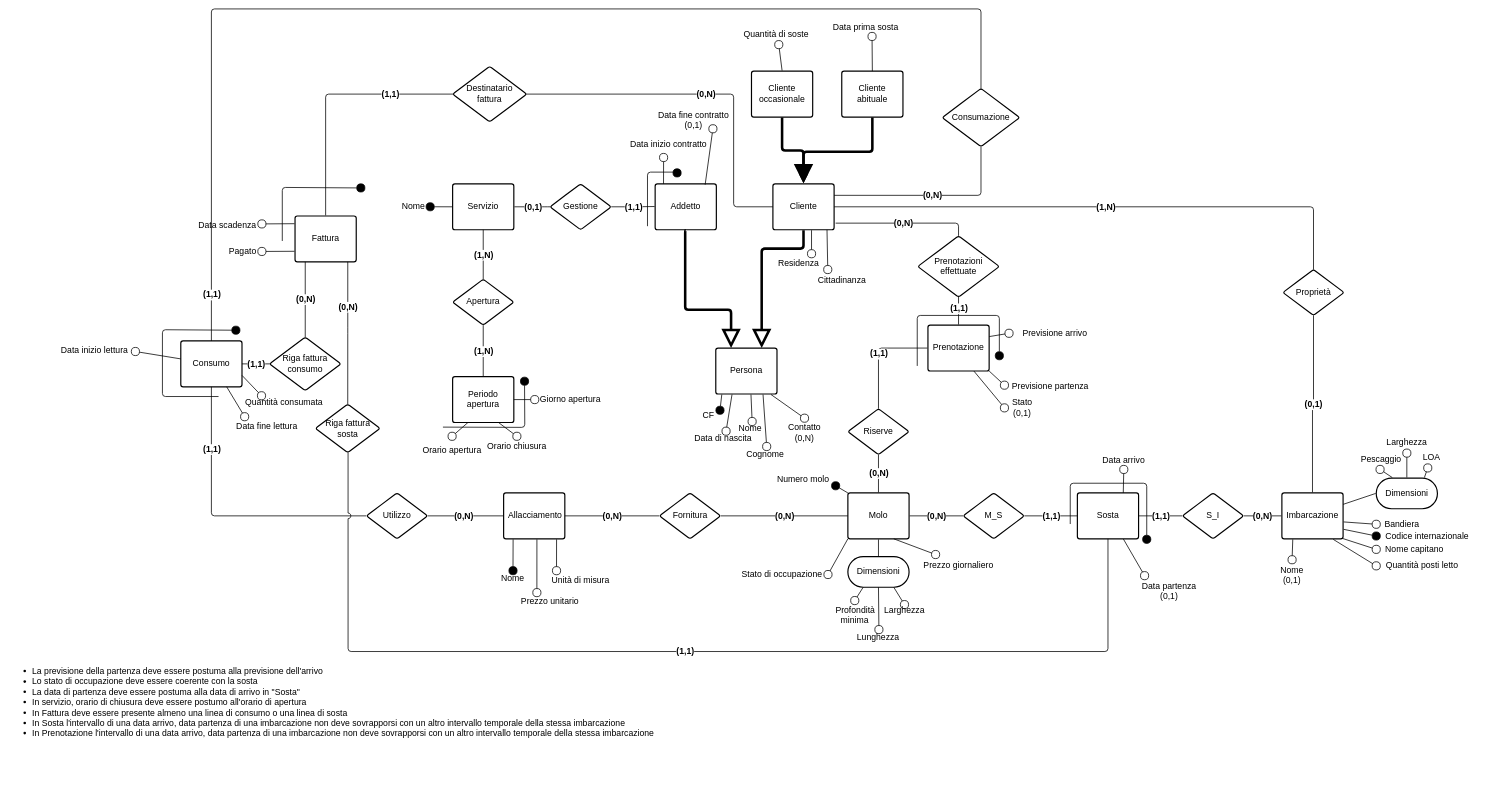
alessandro-massarenti/Progetto-basi-di-dati-2022 keeps this draw.io diagram as page "Concettuale ridotto" (4 of 5) of src_relazione_tex/Er.drawio. Above is the earlier version. Source tidied: cells renumbered, new cells numbered last; positions are measured from the earlier drawing's top-left corner, leaving out a move shared by most shapes. Both pictures are drawn from the tidied source at 51%, with x=0, y=0 at pixel (9, 9).
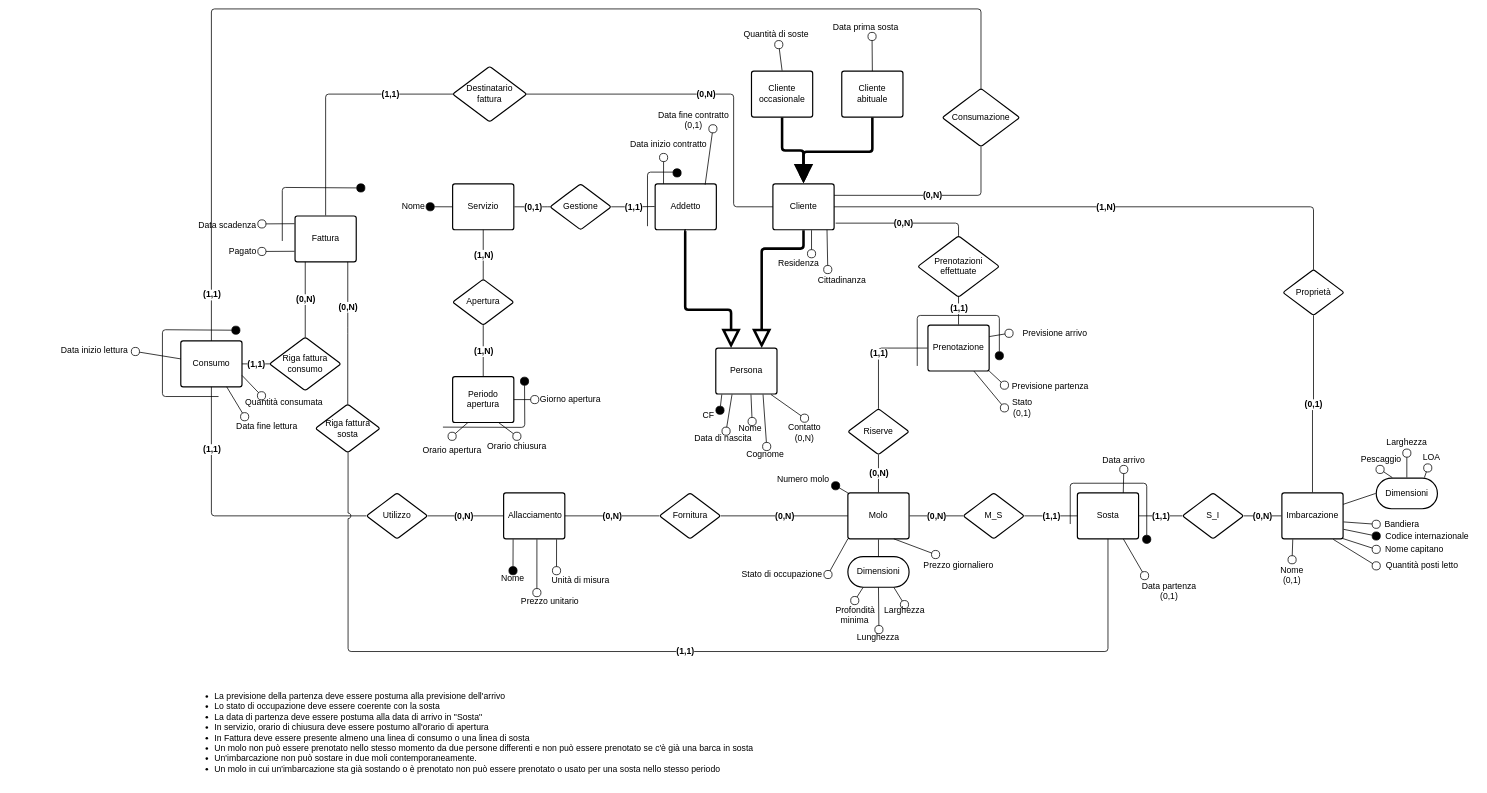
The same diagram, later.

The edit, as a diff of the source:
```diff
@@
-    <mxCell id="158" value="&lt;div style=&quot;text-align: left; font-size: 17px;&quot;&gt;&lt;ul&gt;&lt;li&gt;&lt;span style=&quot;background-color: initial;&quot;&gt;La previsione della partenza deve essere postuma alla previsione dell'arrivo&lt;/span&gt;&lt;/li&gt;&lt;li&gt;&lt;span style=&quot;background-color: initial;&quot;&gt;Lo stato di occupazione deve essere coerente con la sosta&lt;/span&gt;&lt;/li&gt;&lt;li&gt;&lt;span style=&quot;background-color: initial;&quot;&gt;La data di partenza deve essere postuma alla data di arrivo in &quot;Sosta&quot;&lt;br&gt;&lt;/span&gt;&lt;/li&gt;&lt;li&gt;&lt;span style=&quot;background-color: initial;&quot;&gt;In servizio, orario di chiusura deve essere postumo all'orario di apertura&lt;/span&gt;&lt;/li&gt;&lt;li&gt;&lt;span style=&quot;background-color: initial;&quot;&gt;In Fattura deve essere presente almeno una linea di consumo o una linea di sosta&lt;/span&gt;&lt;/li&gt;&lt;li&gt;&lt;span style=&quot;background-color: initial;&quot;&gt;In Sosta l'intervallo di una data arrivo, data partenza di una imbarcazione non deve sovrapporsi con un altro intervallo temporale della stessa imbarcazione&lt;/span&gt;&lt;/li&gt;&lt;li&gt;&lt;span style=&quot;background-color: initial;&quot;&gt;In Prenotazione l'intervallo di una data arrivo, data partenza di una imbarcazione non deve sovrapporsi con un altro intervallo temporale della stessa imbarcazione&lt;/span&gt;&lt;/li&gt;&lt;/ul&gt;&lt;/div&gt;" style="text;html=1;align=center;verticalAlign=middle;strokeColor=none;fillColor=none;" parent="1" vertex="1">
-      <mxGeometry y="1290" width="1270" height="140" as="geometry" />
+    <mxCell id="158" value="&lt;div style=&quot;text-align: left; font-size: 17px;&quot;&gt;&lt;ul&gt;&lt;li&gt;&lt;span style=&quot;background-color: initial;&quot;&gt;La previsione della partenza deve essere postuma alla previsione dell'arrivo&lt;/span&gt;&lt;/li&gt;&lt;li&gt;&lt;span style=&quot;background-color: initial;&quot;&gt;Lo stato di occupazione deve essere coerente con la sosta&lt;/span&gt;&lt;/li&gt;&lt;li&gt;&lt;span style=&quot;background-color: initial;&quot;&gt;La data di partenza deve essere postuma alla data di arrivo in &quot;Sosta&quot;&lt;br&gt;&lt;/span&gt;&lt;/li&gt;&lt;li&gt;&lt;span style=&quot;background-color: initial;&quot;&gt;In servizio, orario di chiusura deve essere postumo all'orario di apertura&lt;/span&gt;&lt;/li&gt;&lt;li&gt;&lt;span style=&quot;background-color: initial;&quot;&gt;In Fattura deve essere presente almeno una linea di consumo o una linea di sosta&lt;/span&gt;&lt;/li&gt;&lt;li&gt;&lt;span style=&quot;background-color: initial;&quot;&gt;Un molo non può essere prenotato nello stesso momento da due persone differenti e non può essere prenotato se c'è già una barca in sosta&lt;/span&gt;&lt;/li&gt;&lt;li&gt;&lt;span style=&quot;background-color: initial;&quot;&gt;Un'imbarcazione non può sostare in due moli contemporaneamente.&lt;/span&gt;&lt;/li&gt;&lt;li&gt;&lt;span style=&quot;background-color: initial;&quot;&gt;Un molo in cui un'imbarcazione sta già sostando o è prenotato non può essere prenotato o usato per una sosta nello stesso periodo&lt;/span&gt;&lt;/li&gt;&lt;/ul&gt;&lt;/div&gt;" style="text;html=1;align=center;verticalAlign=middle;strokeColor=none;fillColor=none;" parent="1" vertex="1">
+      <mxGeometry x="356" y="1345" width="1110" height="150" as="geometry" />
     </mxCell>
```
